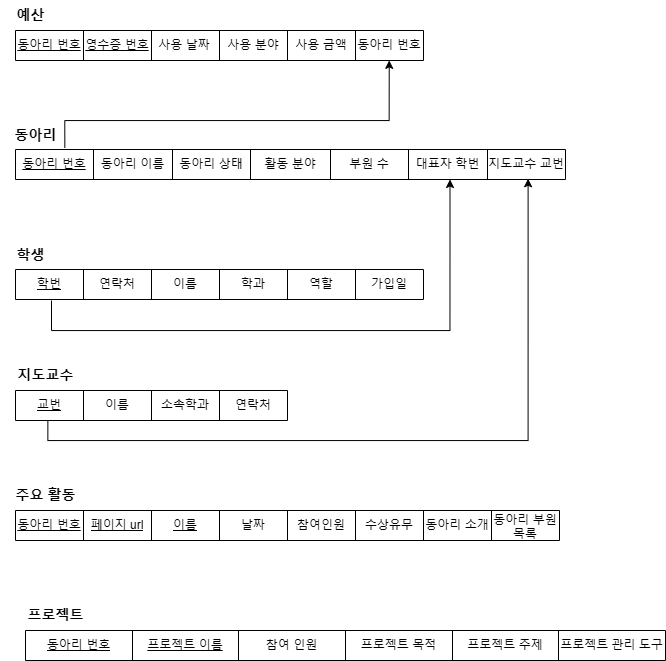
Above: docs/relationalSchema.png in jjj5306/ClubManagementSystem (draw.io), before the change. Source tidied: cells renumbered, new cells last; positions are measured from the earlier drawing's top-left corner, leaving out a move shared by most shapes.
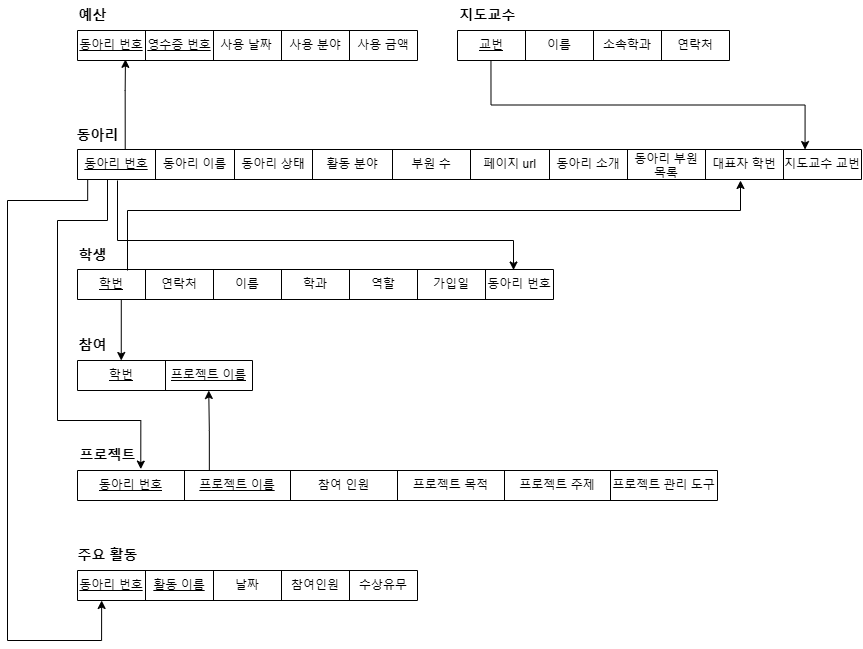
After the change.

Commit message:
docs : update relational schema

The edit, as a diff of the source:
```diff
@@ -3,10 +3,10 @@
     <mxCell id="0" />
     <mxCell id="1" parent="0" />
     <mxCell id="2" style="shape=table;startSize=0;" parent="1" vertex="1">
-      <mxGeometry x="15" y="149" width="550" height="30" as="geometry" />
+      <mxGeometry x="15" y="149" width="784" height="30" as="geometry" />
     </mxCell>
     <mxCell id="3" style="shape=tableRow;horizontal=0;startSize=0;swimlaneHead=0;swimlaneBody=0;strokeColor=inherit;top=0;left=0;bottom=0;right=0;fillColor=none;points=[[0,0.5],[1,0.5]];portConstraint=eastwest;" parent="2" vertex="1">
-      <mxGeometry width="550" height="30" as="geometry" />
+      <mxGeometry width="784" height="30" as="geometry" />
     </mxCell>
     <mxCell id="4" value="&lt;u&gt;동아리 번호&lt;/u&gt;" style="shape=partialRectangle;html=1;whiteSpace=wrap;strokeColor=inherit;overflow=hidden;fillColor=none;top=0;left=0;bottom=0;right=0;" parent="3" vertex="1">
       <mxGeometry width="78" height="30" as="geometry" />
@@ -23,20 +23,29 @@
     <mxCell id="8" value="부원 수" style="shape=partialRectangle;html=1;whiteSpace=wrap;strokeColor=inherit;overflow=hidden;fillColor=none;top=0;left=0;bottom=0;right=0;" parent="3" vertex="1">
       <mxGeometry x="315" width="78" height="30" as="geometry" />
     </mxCell>
-    <mxCell id="9" value="대표자 학번" style="shape=partialRectangle;html=1;whiteSpace=wrap;strokeColor=inherit;overflow=hidden;fillColor=none;top=0;left=0;bottom=0;right=0;" parent="3" vertex="1">
+    <mxCell id="9" value="페이지 url" style="shape=partialRectangle;html=1;whiteSpace=wrap;strokeColor=inherit;overflow=hidden;fillColor=none;top=0;left=0;bottom=0;right=0;" parent="3" vertex="1">
       <mxGeometry x="393" width="79" height="30" as="geometry" />
     </mxCell>
-    <mxCell id="10" value="지도교수 교번" style="shape=partialRectangle;html=1;whiteSpace=wrap;strokeColor=inherit;overflow=hidden;fillColor=none;top=0;left=0;bottom=0;right=0;" parent="3" vertex="1">
+    <mxCell id="10" value="동아리 소개" style="shape=partialRectangle;html=1;whiteSpace=wrap;strokeColor=inherit;overflow=hidden;fillColor=none;top=0;left=0;bottom=0;right=0;" parent="3" vertex="1">
       <mxGeometry x="472" width="78" height="30" as="geometry" />
     </mxCell>
+    <mxCell id="45" value="동아리 부원 목록" style="shape=partialRectangle;html=1;whiteSpace=wrap;strokeColor=inherit;overflow=hidden;fillColor=none;top=0;left=0;bottom=0;right=0;" parent="3" vertex="1">
+      <mxGeometry x="550" width="78" height="30" as="geometry" />
+    </mxCell>
+    <mxCell id="60" value="대표자 학번" style="shape=partialRectangle;html=1;whiteSpace=wrap;strokeColor=inherit;overflow=hidden;fillColor=none;top=0;left=0;bottom=0;right=0;" parent="3" vertex="1">
+      <mxGeometry x="628" width="78" height="30" as="geometry" />
+    </mxCell>
+    <mxCell id="61" value="지도교수 교번" style="shape=partialRectangle;html=1;whiteSpace=wrap;strokeColor=inherit;overflow=hidden;fillColor=none;top=0;left=0;bottom=0;right=0;" parent="3" vertex="1">
+      <mxGeometry x="706" width="78" height="30" as="geometry" />
+    </mxCell>
     <mxCell id="11" value="&lt;font style=&quot;font-size: 14px;&quot;&gt;&lt;b&gt;동아리&lt;/b&gt;&lt;/font&gt;" style="text;html=1;align=center;verticalAlign=middle;points=[];strokeColor=none;fillColor=none;" parent="1" vertex="1">
       <mxGeometry y="120" width="70" height="30" as="geometry" />
     </mxCell>
     <mxCell id="12" style="shape=table;startSize=0;" parent="1" vertex="1">
-      <mxGeometry x="15" y="269" width="408" height="30" as="geometry" />
+      <mxGeometry x="15" y="269" width="476" height="30" as="geometry" />
     </mxCell>
     <mxCell id="13" style="shape=tableRow;horizontal=0;startSize=0;swimlaneHead=0;swimlaneBody=0;strokeColor=inherit;top=0;left=0;bottom=0;right=0;fillColor=none;points=[[0,0.5],[1,0.5]];portConstraint=eastwest;" parent="12" vertex="1">
-      <mxGeometry width="408" height="30" as="geometry" />
+      <mxGeometry width="476" height="30" as="geometry" />
     </mxCell>
     <mxCell id="14" value="&lt;u&gt;학번&lt;/u&gt;" style="shape=partialRectangle;html=1;whiteSpace=wrap;strokeColor=inherit;overflow=hidden;fillColor=none;top=0;left=0;bottom=0;right=0;" parent="13" vertex="1">
       <mxGeometry width="68" height="30" as="geometry" />
@@ -56,11 +65,14 @@
     <mxCell id="19" value="가입일" style="shape=partialRectangle;html=1;whiteSpace=wrap;strokeColor=inherit;overflow=hidden;fillColor=none;top=0;left=0;bottom=0;right=0;" parent="13" vertex="1">
       <mxGeometry x="340" width="68" height="30" as="geometry" />
     </mxCell>
+    <mxCell id="34" value="동아리 번호" style="shape=partialRectangle;html=1;whiteSpace=wrap;strokeColor=inherit;overflow=hidden;fillColor=none;top=0;left=0;bottom=0;right=0;" parent="13" vertex="1">
+      <mxGeometry x="408" width="68" height="30" as="geometry" />
+    </mxCell>
     <mxCell id="20" value="&lt;font style=&quot;font-size: 14px;&quot;&gt;&lt;b&gt;학생&lt;/b&gt;&lt;/font&gt;" style="text;html=1;align=center;verticalAlign=middle;strokeColor=none;fillColor=none;" parent="1" vertex="1">
       <mxGeometry x="5" y="240" width="50" height="30" as="geometry" />
     </mxCell>
     <mxCell id="21" style="shape=table;startSize=0;" parent="1" vertex="1">
-      <mxGeometry x="15" y="390" width="272" height="30" as="geometry" />
+      <mxGeometry x="395" y="30" width="272" height="30" as="geometry" />
     </mxCell>
     <mxCell id="22" style="shape=tableRow;horizontal=0;startSize=0;swimlaneHead=0;swimlaneBody=0;strokeColor=inherit;top=0;left=0;bottom=0;right=0;fillColor=none;points=[[0,0.5],[1,0.5]];portConstraint=eastwest;" parent="21" vertex="1">
       <mxGeometry width="272" height="30" as="geometry" />
@@ -78,10 +90,10 @@
       <mxGeometry x="204" width="68" height="30" as="geometry" />
     </mxCell>
     <mxCell id="27" style="shape=table;startSize=0;" parent="1" vertex="1">
-      <mxGeometry x="15" y="30" width="408" height="30" as="geometry" />
+      <mxGeometry x="15" y="30" width="340" height="30" as="geometry" />
     </mxCell>
     <mxCell id="28" style="shape=tableRow;horizontal=0;startSize=0;swimlaneHead=0;swimlaneBody=0;strokeColor=inherit;top=0;left=0;bottom=0;right=0;fillColor=none;points=[[0,0.5],[1,0.5]];portConstraint=eastwest;" parent="27" vertex="1">
-      <mxGeometry width="408" height="30" as="geometry" />
+      <mxGeometry width="340" height="30" as="geometry" />
     </mxCell>
     <mxCell id="29" value="&lt;u&gt;동아리 번호&lt;/u&gt;" style="shape=partialRectangle;html=1;whiteSpace=wrap;strokeColor=inherit;overflow=hidden;fillColor=none;top=0;left=0;bottom=0;right=0;" parent="28" vertex="1">
       <mxGeometry width="68" height="30" as="geometry" />
@@ -98,70 +110,48 @@
     <mxCell id="33" value="사용 금액" style="shape=partialRectangle;html=1;whiteSpace=wrap;strokeColor=inherit;overflow=hidden;fillColor=none;top=0;left=0;bottom=0;right=0;" parent="28" vertex="1">
       <mxGeometry x="272" width="68" height="30" as="geometry" />
     </mxCell>
-    <mxCell id="34" value="동아리 번호" style="shape=partialRectangle;html=1;whiteSpace=wrap;strokeColor=inherit;overflow=hidden;fillColor=none;top=0;left=0;bottom=0;right=0;" parent="28" vertex="1">
-      <mxGeometry x="340" width="68" height="30" as="geometry" />
-    </mxCell>
     <mxCell id="35" value="&lt;span style=&quot;font-size: 14px;&quot;&gt;&lt;b&gt;예산&lt;/b&gt;&lt;/span&gt;" style="text;html=1;align=center;verticalAlign=middle;strokeColor=none;fillColor=none;" parent="1" vertex="1">
       <mxGeometry x="5" width="50" height="30" as="geometry" />
     </mxCell>
-    <mxCell id="36" style="shape=table;startSize=0;" parent="1" vertex="1">
-      <mxGeometry x="15" y="510" width="544" height="30" as="geometry" />
+    <mxCell id="36" style="shape=table;startSize=0;fontStyle=4;" parent="1" vertex="1">
+      <mxGeometry x="15" y="570" width="340" height="30" as="geometry" />
     </mxCell>
-    <mxCell id="37" style="shape=tableRow;horizontal=0;startSize=0;swimlaneHead=0;swimlaneBody=0;strokeColor=inherit;top=0;left=0;bottom=0;right=0;fillColor=none;points=[[0,0.5],[1,0.5]];portConstraint=eastwest;" parent="36" vertex="1">
-      <mxGeometry width="544" height="30" as="geometry" />
+    <mxCell id="37" style="shape=tableRow;horizontal=0;startSize=0;swimlaneHead=0;swimlaneBody=0;strokeColor=inherit;top=0;left=0;bottom=0;right=0;fillColor=none;points=[[0,0.5],[1,0.5]];portConstraint=eastwest;fontStyle=4;" parent="36" vertex="1">
+      <mxGeometry width="340" height="30" as="geometry" />
     </mxCell>
     <mxCell id="38" value="동아리 번호" style="shape=partialRectangle;html=1;whiteSpace=wrap;strokeColor=inherit;overflow=hidden;fillColor=none;top=0;left=0;bottom=0;right=0;fontStyle=4;" parent="37" vertex="1">
       <mxGeometry width="68" height="30" as="geometry" />
     </mxCell>
-    <mxCell id="39" value="페이지 url" style="shape=partialRectangle;html=1;whiteSpace=wrap;strokeColor=inherit;overflow=hidden;fillColor=none;top=0;left=0;bottom=0;right=0;fontStyle=4;" parent="37" vertex="1">
+    <mxCell id="39" value="활동 이름" style="shape=partialRectangle;html=1;whiteSpace=wrap;strokeColor=inherit;overflow=hidden;fillColor=none;top=0;left=0;bottom=0;right=0;fontStyle=4;" parent="37" vertex="1">
       <mxGeometry x="68" width="68" height="30" as="geometry" />
     </mxCell>
+    <mxCell id="62" value="날짜" style="shape=partialRectangle;html=1;whiteSpace=wrap;strokeColor=inherit;overflow=hidden;fillColor=none;top=0;left=0;bottom=0;right=0;fontStyle=0;" parent="37" vertex="1">
+      <mxGeometry x="136" width="68" height="30" as="geometry" />
+    </mxCell>
-    <mxCell id="40" value="이름" style="shape=partialRectangle;html=1;whiteSpace=wrap;strokeColor=inherit;overflow=hidden;fillColor=none;top=0;left=0;bottom=0;right=0;fontStyle=4;" parent="37" vertex="1">
-      <mxGeometry x="136" width="68" height="30" as="geometry" />
+    <mxCell id="40" value="참여인원" style="shape=partialRectangle;html=1;whiteSpace=wrap;strokeColor=inherit;overflow=hidden;fillColor=none;top=0;left=0;bottom=0;right=0;fontStyle=0;" parent="37" vertex="1">
+      <mxGeometry x="204" width="68" height="30" as="geometry" />
     </mxCell>
-    <mxCell id="41" value="날짜" style="shape=partialRectangle;html=1;whiteSpace=wrap;strokeColor=inherit;overflow=hidden;fillColor=none;top=0;left=0;bottom=0;right=0;" parent="37" vertex="1">
-      <mxGeometry x="204" width="68" height="30" as="geometry" />
+    <mxCell id="41" value="수상유무" style="shape=partialRectangle;html=1;whiteSpace=wrap;strokeColor=inherit;overflow=hidden;fillColor=none;top=0;left=0;bottom=0;right=0;" parent="37" vertex="1">
+      <mxGeometry x="272" width="68" height="30" as="geometry" />
     </mxCell>
-    <mxCell id="42" value="참여인원" style="shape=partialRectangle;html=1;whiteSpace=wrap;strokeColor=inherit;overflow=hidden;fillColor=none;top=0;left=0;bottom=0;right=0;" parent="37" vertex="1">
-      <mxGeometry x="272" width="68" height="30" as="geometry" />
-    </mxCell>
-    <mxCell id="43" value="수상유무" style="shape=partialRectangle;html=1;whiteSpace=wrap;strokeColor=inherit;overflow=hidden;fillColor=none;top=0;left=0;bottom=0;right=0;" parent="37" vertex="1">
-      <mxGeometry x="340" width="68" height="30" as="geometry" />
-    </mxCell>
-    <mxCell id="44" value="동아리 소개" style="shape=partialRectangle;html=1;whiteSpace=wrap;strokeColor=inherit;overflow=hidden;fillColor=none;top=0;left=0;bottom=0;right=0;" parent="37" vertex="1">
-      <mxGeometry x="408" width="68" height="30" as="geometry" />
-    </mxCell>
-    <mxCell id="45" value="동아리 부원 목록" style="shape=partialRectangle;html=1;whiteSpace=wrap;strokeColor=inherit;overflow=hidden;fillColor=none;top=0;left=0;bottom=0;right=0;" parent="37" vertex="1">
-      <mxGeometry x="476" width="68" height="30" as="geometry" />
-    </mxCell>
     <mxCell id="46" value="&lt;span style=&quot;font-size: 14px;&quot;&gt;&lt;b&gt;주요 활동&lt;/b&gt;&lt;/span&gt;" style="text;html=1;align=center;verticalAlign=middle;strokeColor=none;fillColor=none;" parent="1" vertex="1">
-      <mxGeometry x="5" y="480" width="80" height="30" as="geometry" />
+      <mxGeometry x="5" y="540" width="80" height="30" as="geometry" />
     </mxCell>
-    <mxCell id="47" style="edgeStyle=orthogonalEdgeStyle;rounded=0;jettySize=auto;html=1;entryX=0.79;entryY=0.999;entryDx=0;entryDy=0;entryPerimeter=0;" parent="1" edge="1" target="3">
+    <mxCell id="47" style="edgeStyle=orthogonalEdgeStyle;rounded=0;orthogonalLoop=1;jettySize=auto;html=1;" parent="1" edge="1">
       <mxGeometry relative="1" as="geometry">
-        <mxPoint x="51" y="300" as="sourcePoint" />
+        <mxPoint x="65" y="270" as="sourcePoint" />
+        <mxPoint x="678" y="180" as="targetPoint" />
         <Array as="points">
-          <mxPoint x="51" y="330" />
-          <mxPoint x="450" y="330" />
+          <mxPoint x="65" y="210" />
+          <mxPoint x="678" y="210" />
         </Array>
       </mxGeometry>
     </mxCell>
     <mxCell id="48" value="&lt;span style=&quot;font-size: 14px;&quot;&gt;&lt;b&gt;지도교수&lt;/b&gt;&lt;/span&gt;" style="text;html=1;align=center;verticalAlign=middle;strokeColor=none;fillColor=none;" parent="1" vertex="1">
-      <mxGeometry x="5" y="360" width="80" height="30" as="geometry" />
+      <mxGeometry x="385" width="80" height="30" as="geometry" />
     </mxCell>
-    <mxCell id="49" style="edgeStyle=orthogonalEdgeStyle;rounded=0;jettySize=auto;html=1;exitX=0.919;exitY=0.917;exitDx=0;exitDy=0;entryX=0.916;entryY=0.996;entryDx=0;entryDy=0;entryPerimeter=0;exitPerimeter=0;" parent="1" edge="1" source="11" target="28">
-      <mxGeometry relative="1" as="geometry">
-        <Array as="points">
-          <mxPoint x="64" y="120" />
-          <mxPoint x="389" y="120" />
-        </Array>
-      </mxGeometry>
-    </mxCell>
-    <mxCell id="50" style="edgeStyle=orthogonalEdgeStyle;rounded=0;jettySize=auto;html=1;exitX=0.119;exitY=1.004;exitDx=0;exitDy=0;entryX=0.932;entryY=0.975;entryDx=0;entryDy=0;entryPerimeter=0;exitPerimeter=0;" parent="1" edge="1" source="22" target="3">
-      <mxGeometry relative="1" as="geometry" />
-    </mxCell>
     <mxCell id="51" style="shape=table;startSize=0;" parent="1" vertex="1">
-      <mxGeometry x="25" y="630" width="640" height="30" as="geometry" />
+      <mxGeometry x="15" y="470" width="640" height="30" as="geometry" />
     </mxCell>
     <mxCell id="52" style="shape=tableRow;horizontal=0;startSize=0;swimlaneHead=0;swimlaneBody=0;strokeColor=inherit;top=0;left=0;bottom=0;right=0;fillColor=none;points=[[0,0.5],[1,0.5]];portConstraint=eastwest;" parent="51" vertex="1">
       <mxGeometry width="640" height="30" as="geometry" />
@@ -185,7 +175,63 @@
       <mxGeometry x="533" width="107" height="30" as="geometry" />
     </mxCell>
     <mxCell id="59" value="&lt;span style=&quot;font-size: 14px;&quot;&gt;&lt;b&gt;프로젝트&lt;/b&gt;&lt;/span&gt;" style="text;html=1;align=center;verticalAlign=middle;points=[];strokeColor=none;fillColor=none;" parent="1" vertex="1">
-      <mxGeometry x="15" y="600" width="80" height="30" as="geometry" />
+      <mxGeometry x="5" y="440" width="80" height="30" as="geometry" />
     </mxCell>
+    <mxCell id="63" style="edgeStyle=orthogonalEdgeStyle;rounded=0;jettySize=auto;html=1;exitX=0.896;exitY=0.947;exitDx=0;exitDy=0;entryX=0.141;entryY=0.961;entryDx=0;entryDy=0;entryPerimeter=0;exitPerimeter=0;" parent="1" edge="1" source="11" target="27">
+      <mxGeometry relative="1" as="geometry" />
+    </mxCell>
+    <mxCell id="50" style="edgeStyle=orthogonalEdgeStyle;rounded=0;jettySize=auto;html=1;exitX=0.123;exitY=1.015;exitDx=0;exitDy=0;entryX=0.928;entryY=0.002;entryDx=0;entryDy=0;entryPerimeter=0;exitPerimeter=0;" parent="1" edge="1" source="22" target="3">
+      <mxGeometry relative="1" as="geometry" />
+    </mxCell>
+    <mxCell id="64" style="edgeStyle=orthogonalEdgeStyle;rounded=0;jettySize=auto;html=1;entryX=0.916;entryY=0.954;entryDx=0;entryDy=0;entryPerimeter=0;exitX=0.054;exitY=1.001;exitDx=0;exitDy=0;exitPerimeter=0;" parent="1" edge="1" source="3" target="59">
+      <mxGeometry relative="1" as="geometry">
+        <Array as="points">
+          <mxPoint x="45" y="220" />
+          <mxPoint x="-5" y="220" />
+          <mxPoint x="-5" y="420" />
+          <mxPoint x="78" y="420" />
+        </Array>
+      </mxGeometry>
+    </mxCell>
+    <mxCell id="65" style="edgeStyle=orthogonalEdgeStyle;rounded=0;jettySize=auto;html=1;entryX=0.916;entryY=0.017;entryDx=0;entryDy=0;entryPerimeter=0;" parent="1" edge="1" target="13">
+      <mxGeometry relative="1" as="geometry">
+        <mxPoint x="55" y="180" as="sourcePoint" />
+        <Array as="points">
+          <mxPoint x="55" y="240" />
+          <mxPoint x="451" y="240" />
+        </Array>
+      </mxGeometry>
+    </mxCell>
+    <mxCell id="66" style="shape=table;startSize=0;" parent="1" vertex="1">
+      <mxGeometry x="15" y="360" width="175" height="30" as="geometry" />
+    </mxCell>
+    <mxCell id="67" style="shape=tableRow;horizontal=0;startSize=0;swimlaneHead=0;swimlaneBody=0;strokeColor=inherit;top=0;left=0;bottom=0;right=0;fillColor=none;" parent="66" vertex="1">
+      <mxGeometry width="175" height="30" as="geometry" />
+    </mxCell>
+    <mxCell id="68" value="&lt;u&gt;학번&lt;/u&gt;" style="shape=partialRectangle;html=1;whiteSpace=wrap;strokeColor=inherit;overflow=hidden;fillColor=none;top=0;left=0;bottom=0;right=0;" parent="67" vertex="1">
+      <mxGeometry width="88" height="30" as="geometry" />
+    </mxCell>
+    <mxCell id="69" value="&lt;u&gt;프로젝트 이름&lt;/u&gt;" style="shape=partialRectangle;html=1;whiteSpace=wrap;strokeColor=inherit;overflow=hidden;fillColor=none;top=0;left=0;bottom=0;right=0;" parent="67" vertex="1">
+      <mxGeometry x="88" width="87" height="30" as="geometry" />
+    </mxCell>
+    <mxCell id="70" value="&lt;span style=&quot;font-size: 14px;&quot;&gt;&lt;b&gt;참여&lt;/b&gt;&lt;/span&gt;" style="text;html=1;align=center;verticalAlign=middle;strokeColor=none;fillColor=none;" parent="1" vertex="1">
+      <mxGeometry x="5" y="330" width="50" height="30" as="geometry" />
+    </mxCell>
+    <mxCell id="71" style="edgeStyle=orthogonalEdgeStyle;rounded=0;jettySize=auto;html=1;entryX=0.25;entryY=0;entryDx=0;entryDy=0;exitX=0.092;exitY=1.017;exitDx=0;exitDy=0;exitPerimeter=0;" parent="1" edge="1" source="13" target="66">
+      <mxGeometry relative="1" as="geometry" />
+    </mxCell>
+    <mxCell id="72" style="edgeStyle=orthogonalEdgeStyle;rounded=0;jettySize=auto;html=1;exitX=0.206;exitY=-0.022;exitDx=0;exitDy=0;entryX=0.75;entryY=1;entryDx=0;entryDy=0;exitPerimeter=0;" parent="1" edge="1" source="52" target="66">
+      <mxGeometry relative="1" as="geometry" />
+    </mxCell>
+    <mxCell id="73" style="edgeStyle=orthogonalEdgeStyle;rounded=0;jettySize=auto;html=1;exitX=0.013;exitY=1.023;exitDx=0;exitDy=0;entryX=0.071;entryY=1;entryDx=0;entryDy=0;entryPerimeter=0;exitPerimeter=0;" parent="1" edge="1" source="3" target="37">
+      <mxGeometry relative="1" as="geometry">
+        <Array as="points">
+          <mxPoint x="25" y="200" />
+          <mxPoint x="-55" y="200" />
+          <mxPoint x="-55" y="640" />
+          <mxPoint x="39" y="640" />
+        </Array>
+      </mxGeometry>
+    </mxCell>
   </root>
 </mxGraphModel>
```
